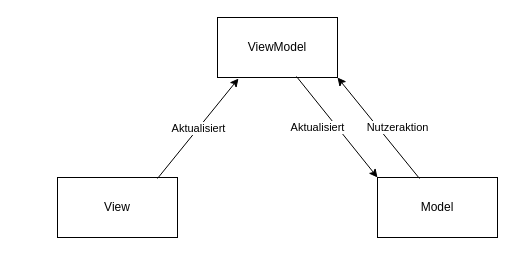
The draw.io diagram mvvm.drawio in schattenbrot/draw-io, before the edit. Source tidied: cells renumbered, new cells numbered last; positions are measured from the earlier drawing's top-left corner, leaving out a move shared by most shapes. Both pictures are drawn from the tidied source at 100%, with x=0, y=0 at pixel (57, 17).
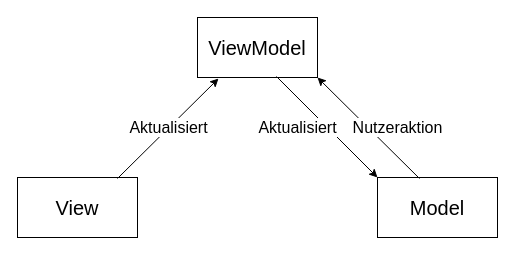
The same diagram, later.

Diff of the diagram source:
```diff
@@
 <mxGraphModel>
   <root>
     <mxCell id="0" />
     <mxCell id="1" parent="0" />
-    <mxCell id="2" value="Model" style="rounded=0;whiteSpace=wrap;html=1;" parent="1" vertex="1">
+    <mxCell id="2" value="&lt;font style=&quot;font-size: 20px;&quot;&gt;Model&lt;/font&gt;" style="rounded=0;whiteSpace=wrap;html=1;" parent="1" vertex="1">
       <mxGeometry x="320" y="160" width="120" height="60" as="geometry" />
     </mxCell>
-    <mxCell id="3" value="View" style="rounded=0;whiteSpace=wrap;html=1;" parent="1" vertex="1">
-      <mxGeometry y="160" width="120" height="60" as="geometry" />
+    <mxCell id="3" value="&lt;font style=&quot;font-size: 20px;&quot;&gt;View&lt;/font&gt;" style="rounded=0;whiteSpace=wrap;html=1;" parent="1" vertex="1">
+      <mxGeometry x="-40" y="160" width="120" height="60" as="geometry" />
     </mxCell>
-    <mxCell id="4" value="&lt;div&gt;ViewModel&lt;/div&gt;" style="rounded=0;whiteSpace=wrap;html=1;" parent="1" vertex="1">
-      <mxGeometry x="160" width="120" height="60" as="geometry" />
+    <mxCell id="4" value="&lt;div style=&quot;font-size: 13px;&quot;&gt;&lt;font style=&quot;font-size: 20px;&quot;&gt;ViewModel&lt;/font&gt;&lt;/div&gt;" style="rounded=0;whiteSpace=wrap;html=1;" parent="1" vertex="1">
+      <mxGeometry x="140" width="120" height="60" as="geometry" />
     </mxCell>
-    <mxCell id="5" value="&lt;div&gt;Aktualisiert&lt;/div&gt;" style="endArrow=classic;html=1;rounded=0;entryX=0.175;entryY=1.017;entryDx=0;entryDy=0;entryPerimeter=0;exitX=0.833;exitY=0.017;exitDx=0;exitDy=0;exitPerimeter=0;" parent="1" edge="1" source="3" target="4">
+    <mxCell id="5" value="&lt;div style=&quot;font-size: 12px;&quot;&gt;&lt;font style=&quot;font-size: 16px;&quot;&gt;Aktualisiert&lt;/font&gt;&lt;/div&gt;" style="endArrow=classic;html=1;rounded=0;entryX=0.175;entryY=1.017;entryDx=0;entryDy=0;entryPerimeter=0;exitX=0.833;exitY=0.017;exitDx=0;exitDy=0;exitPerimeter=0;" parent="1" edge="1" source="3" target="4">
       <mxGeometry x="0.01" relative="1" as="geometry" />
     </mxCell>
-    <mxCell id="6" value="&lt;div&gt;Aktualisiert&lt;/div&gt;" style="endArrow=classic;html=1;rounded=0;entryX=0;entryY=0;entryDx=0;entryDy=0;exitX=0.658;exitY=0.983;exitDx=0;exitDy=0;exitPerimeter=0;" parent="1" edge="1" source="4" target="2">
-      <mxGeometry x="-0.18" y="-16" relative="1" as="geometry" />
+    <mxCell id="6" value="&lt;div style=&quot;font-size: 12px;&quot;&gt;&lt;font style=&quot;font-size: 16px;&quot;&gt;Aktualisiert&lt;/font&gt;&lt;/div&gt;" style="endArrow=classic;html=1;rounded=0;entryX=0;entryY=0;entryDx=0;entryDy=0;exitX=0.658;exitY=0.983;exitDx=0;exitDy=0;exitPerimeter=0;" parent="1" edge="1" source="4" target="2">
+      <mxGeometry x="-0.29" y="-21" relative="1" as="geometry" />
     </mxCell>
-    <mxCell id="7" value="&lt;div&gt;Nutzeraktion&lt;/div&gt;" style="endArrow=classic;html=1;rounded=0;entryX=1;entryY=1;entryDx=0;entryDy=0;exitX=0.35;exitY=0.017;exitDx=0;exitDy=0;exitPerimeter=0;" parent="1" edge="1" source="2" target="4">
-      <mxGeometry x="-0.18" y="-15" relative="1" as="geometry" />
+    <mxCell id="7" value="&lt;div style=&quot;font-size: 12px;&quot;&gt;&lt;font style=&quot;font-size: 16px;&quot;&gt;Nutzeraktion&lt;/font&gt;&lt;/div&gt;" style="endArrow=classic;html=1;rounded=0;entryX=1;entryY=1;entryDx=0;entryDy=0;exitX=0.35;exitY=0.017;exitDx=0;exitDy=0;exitPerimeter=0;" parent="1" edge="1" source="2" target="4">
+      <mxGeometry x="-0.28" y="-21" relative="1" as="geometry" />
     </mxCell>
   </root>
 </mxGraphModel>
```
